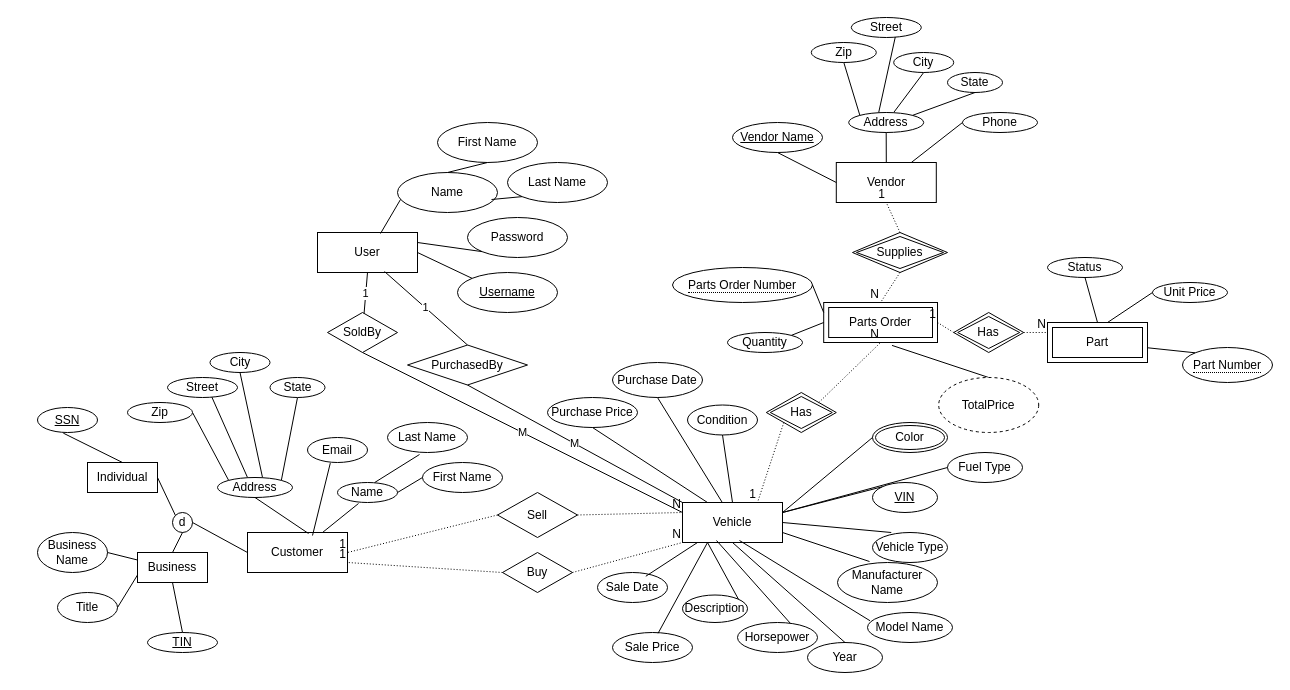
Earlier version of the draw.io diagram Phase_1/team006_p1_eer.drawio (rkang427/autodb). Source tidied: cells renumbered, new cells numbered last; positions are measured from the earlier drawing's top-left corner, leaving out a move shared by most shapes. Both pictures are drawn from the tidied source at 100%, with x=0, y=0 at pixel (37, 17).
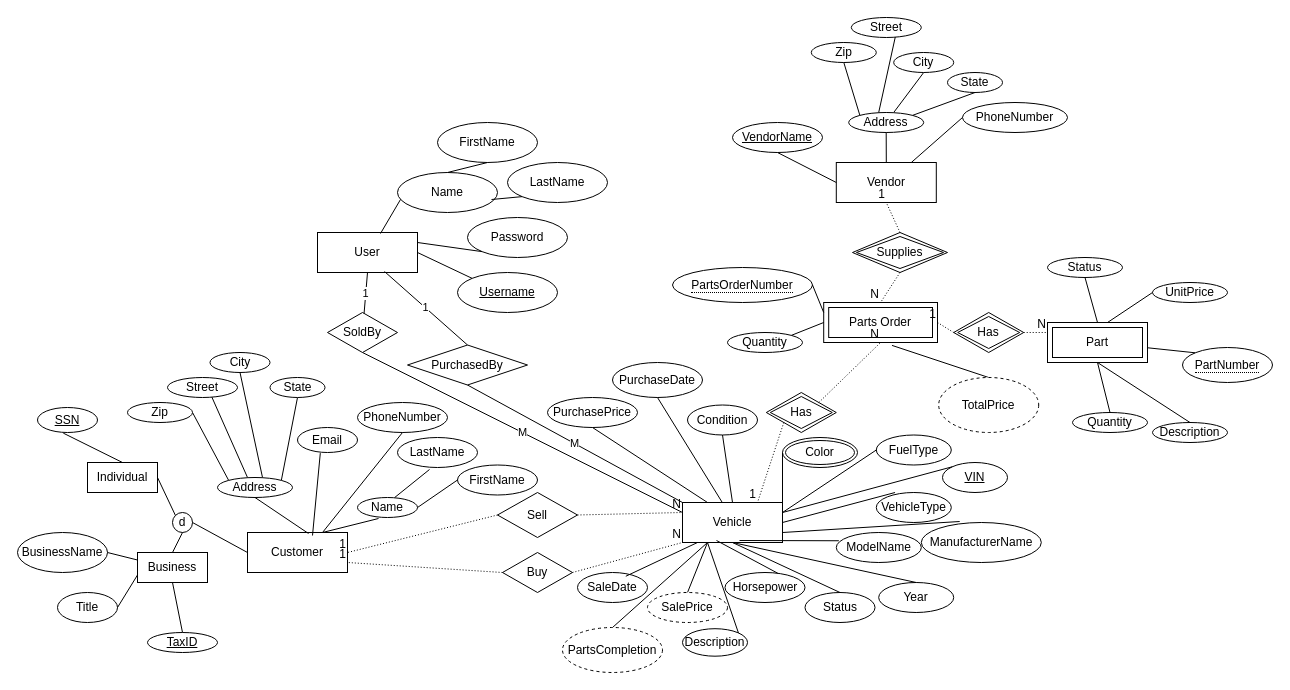
After the change.

The change refers to these unchanged cells:
```xml
<mxCell id="2" style="group;" parent="1" vertex="1">
  <mxGeometry x="280" y="105" width="290" height="190" as="geometry" />
</mxCell>
<mxCell id="14" value="Customer" style="whiteSpace=wrap;html=1;align=center;" parent="1" vertex="1">
  <mxGeometry x="210" y="515" width="100" height="40" as="geometry" />
</mxCell>
<mxCell id="67" value="Vehicle" style="whiteSpace=wrap;html=1;align=center;" parent="1" vertex="1">
  <mxGeometry x="645" y="485" width="100" height="40" as="geometry" />
</mxCell>
<mxCell id="89" value="Part" style="shape=ext;margin=3;double=1;whiteSpace=wrap;html=1;align=center;" parent="1" vertex="1">
  <mxGeometry x="1010" y="305" width="100" height="40" as="geometry" />
</mxCell>
```

Change to the diagram source:
```diff
@@
-    <mxCell id="9" value="First Name" style="ellipse;whiteSpace=wrap;html=1;align=center;" parent="2" vertex="1">
+    <mxCell id="9" value="FirstName" style="ellipse;whiteSpace=wrap;html=1;align=center;" parent="2" vertex="1">
       <mxGeometry x="120" width="100" height="40" as="geometry" />
     </mxCell>
-    <mxCell id="10" value="Last Name" style="ellipse;whiteSpace=wrap;html=1;align=center;" parent="2" vertex="1">
+    <mxCell id="10" value="LastName" style="ellipse;whiteSpace=wrap;html=1;align=center;" parent="2" vertex="1">
       <mxGeometry x="190" y="40" width="100" height="40" as="geometry" />
     </mxCell>
@@
     <mxCell id="18" value="Email" style="ellipse;whiteSpace=wrap;html=1;align=center;" parent="1" vertex="1">
-      <mxGeometry x="270" y="420" width="60" height="25" as="geometry" />
+      <mxGeometry x="260" y="410" width="60" height="25" as="geometry" />
     </mxCell>
@@
     <mxCell id="20" value="Name" style="ellipse;whiteSpace=wrap;html=1;align=center;" parent="1" vertex="1">
-      <mxGeometry x="300" y="465" width="60" height="20" as="geometry" />
+      <mxGeometry x="320" y="480" width="60" height="20" as="geometry" />
     </mxCell>
-    <mxCell id="21" value="First Name" style="ellipse;whiteSpace=wrap;html=1;align=center;" parent="1" vertex="1">
-      <mxGeometry x="385" y="445" width="80" height="30" as="geometry" />
+    <mxCell id="21" value="FirstName" style="ellipse;whiteSpace=wrap;html=1;align=center;" parent="1" vertex="1">
+      <mxGeometry x="420" y="447.5" width="80" height="30" as="geometry" />
     </mxCell>
-    <mxCell id="22" value="Last Name" style="ellipse;whiteSpace=wrap;html=1;align=center;" parent="1" vertex="1">
-      <mxGeometry x="350" y="405" width="80" height="30" as="geometry" />
+    <mxCell id="22" value="LastName" style="ellipse;whiteSpace=wrap;html=1;align=center;" parent="1" vertex="1">
+      <mxGeometry x="360" y="420" width="80" height="30" as="geometry" />
     </mxCell>
@@
-    <mxCell id="27" value="TIN" style="ellipse;whiteSpace=wrap;html=1;align=center;fontStyle=4;" parent="1" vertex="1">
+    <mxCell id="27" value="TaxID" style="ellipse;whiteSpace=wrap;html=1;align=center;fontStyle=4;" parent="1" vertex="1">
       <mxGeometry x="110" y="615" width="70" height="20" as="geometry" />
     </mxCell>
@@
-    <mxCell id="30" value="Business Name" style="ellipse;whiteSpace=wrap;html=1;align=center;" parent="1" vertex="1">
-      <mxGeometry y="515" width="70" height="40" as="geometry" />
+    <mxCell id="30" value="BusinessName" style="ellipse;whiteSpace=wrap;html=1;align=center;" parent="1" vertex="1">
+      <mxGeometry x="-20" y="515" width="90" height="40" as="geometry" />
     </mxCell>
@@
-    <mxCell id="44" value="Purchase Price" style="ellipse;whiteSpace=wrap;html=1;align=center;" parent="1" vertex="1">
+    <mxCell id="44" value="PurchasePrice" style="ellipse;whiteSpace=wrap;html=1;align=center;" parent="1" vertex="1">
       <mxGeometry x="510" y="380" width="90" height="30" as="geometry" />
     </mxCell>
@@
-    <mxCell id="48" value="Purchase Date" style="ellipse;whiteSpace=wrap;html=1;align=center;" parent="1" vertex="1">
+    <mxCell id="48" value="PurchaseDate" style="ellipse;whiteSpace=wrap;html=1;align=center;" parent="1" vertex="1">
       <mxGeometry x="575" y="345" width="90" height="35" as="geometry" />
     </mxCell>
@@
-    <mxCell id="54" value="Sale Date" style="ellipse;whiteSpace=wrap;html=1;align=center;" parent="1" vertex="1">
-      <mxGeometry x="560" y="555" width="70" height="30" as="geometry" />
+    <mxCell id="54" value="SaleDate" style="ellipse;whiteSpace=wrap;html=1;align=center;" parent="1" vertex="1">
+      <mxGeometry x="540" y="555" width="70" height="30" as="geometry" />
     </mxCell>
@@
     <mxCell id="68" value="VIN" style="ellipse;whiteSpace=wrap;html=1;align=center;fontStyle=4;" parent="1" vertex="1">
-      <mxGeometry x="835" y="465" width="65" height="30" as="geometry" />
+      <mxGeometry x="905" y="445" width="65" height="30" as="geometry" />
     </mxCell>
-    <mxCell id="69" value="Vehicle Type" style="ellipse;whiteSpace=wrap;html=1;align=center;" parent="1" vertex="1">
-      <mxGeometry x="835" y="515" width="75" height="30" as="geometry" />
+    <mxCell id="69" value="VehicleType" style="ellipse;whiteSpace=wrap;html=1;align=center;" parent="1" vertex="1">
+      <mxGeometry x="838.8" y="475" width="75" height="30" as="geometry" />
     </mxCell>
-    <mxCell id="70" value="Manufacturer Name" style="ellipse;whiteSpace=wrap;html=1;align=center;" parent="1" vertex="1">
-      <mxGeometry x="800" y="545" width="100" height="40" as="geometry" />
+    <mxCell id="70" value="ManufacturerName" style="ellipse;whiteSpace=wrap;html=1;align=center;" parent="1" vertex="1">
+      <mxGeometry x="883.8" y="505" width="120" height="40" as="geometry" />
     </mxCell>
-    <mxCell id="71" value="Fuel Type" style="ellipse;whiteSpace=wrap;html=1;align=center;" parent="1" vertex="1">
-      <mxGeometry x="910" y="435" width="75" height="30" as="geometry" />
+    <mxCell id="71" value="FuelType" style="ellipse;whiteSpace=wrap;html=1;align=center;" parent="1" vertex="1">
+      <mxGeometry x="838.8" y="417.5" width="75" height="30" as="geometry" />
     </mxCell>
-    <mxCell id="72" value="Model Name" style="ellipse;whiteSpace=wrap;html=1;align=center;" parent="1" vertex="1">
-      <mxGeometry x="830" y="595" width="85" height="30" as="geometry" />
+    <mxCell id="72" value="ModelName" style="ellipse;whiteSpace=wrap;html=1;align=center;" parent="1" vertex="1">
+      <mxGeometry x="798.8" y="515" width="85" height="30" as="geometry" />
     </mxCell>
     <mxCell id="73" value="Year" style="ellipse;whiteSpace=wrap;html=1;align=center;" parent="1" vertex="1">
-      <mxGeometry x="770" y="625" width="75" height="30" as="geometry" />
+      <mxGeometry x="841.2" y="565" width="75" height="30" as="geometry" />
     </mxCell>
     <mxCell id="74" value="Color" style="ellipse;shape=doubleEllipse;margin=3;whiteSpace=wrap;html=1;align=center;" parent="1" vertex="1">
-      <mxGeometry x="835" y="405" width="75" height="30" as="geometry" />
+      <mxGeometry x="745" y="420" width="75" height="30" as="geometry" />
     </mxCell>
@@
     <mxCell id="81" value="Horsepower" style="ellipse;whiteSpace=wrap;html=1;align=center;" parent="1" vertex="1">
-      <mxGeometry x="700" y="605" width="80" height="30" as="geometry" />
+      <mxGeometry x="687.5" y="555" width="80" height="30" as="geometry" />
     </mxCell>
@@
     <mxCell id="83" value="Description" style="ellipse;whiteSpace=wrap;html=1;align=center;" parent="1" vertex="1">
-      <mxGeometry x="645" y="577.5" width="65" height="27.5" as="geometry" />
+      <mxGeometry x="645" y="611.2" width="65" height="27.5" as="geometry" />
     </mxCell>
@@
-    <mxCell id="86" value="Sale Price" style="ellipse;whiteSpace=wrap;html=1;align=center;" parent="1" vertex="1">
-      <mxGeometry x="575" y="615" width="80" height="30" as="geometry" />
-    </mxCell>
-    <mxCell id="87" style="endArrow=none;html=1;rounded=0;exitX=0.25;exitY=1;exitDx=0;exitDy=0;entryX=0.57;entryY=0.025;entryDx=0;entryDy=0;entryPerimeter=0;" parent="1" edge="1" source="67" target="86">
+    <mxCell id="87" style="endArrow=none;html=1;rounded=0;exitX=0.25;exitY=1;exitDx=0;exitDy=0;entryX=0.5;entryY=0;entryDx=0;entryDy=0;" parent="1" edge="1" source="67" target="139">
       <mxGeometry relative="1" as="geometry" />
     </mxCell>
@@
-    <mxCell id="94" value="Vendor Name" style="ellipse;whiteSpace=wrap;html=1;align=center;fontStyle=4;" parent="1" vertex="1">
+    <mxCell id="94" value="VendorName" style="ellipse;whiteSpace=wrap;html=1;align=center;fontStyle=4;" parent="1" vertex="1">
       <mxGeometry x="695" y="105" width="90" height="30" as="geometry" />
     </mxCell>
@@
-    <mxCell id="104" value="Phone" style="ellipse;whiteSpace=wrap;html=1;align=center;" parent="1" vertex="1">
-      <mxGeometry x="925" y="95" width="75" height="20" as="geometry" />
+    <mxCell id="104" value="PhoneNumber" style="ellipse;whiteSpace=wrap;html=1;align=center;" parent="1" vertex="1">
+      <mxGeometry x="925" y="85" width="105" height="30" as="geometry" />
     </mxCell>
@@
-    <mxCell id="106" value="Unit Price" style="ellipse;whiteSpace=wrap;html=1;align=center;" parent="1" vertex="1">
+    <mxCell id="106" value="UnitPrice" style="ellipse;whiteSpace=wrap;html=1;align=center;" parent="1" vertex="1">
       <mxGeometry x="1115" y="265" width="75" height="20" as="geometry" />
     </mxCell>
-    <mxCell id="107" value="&lt;span style=&quot;border-bottom: 1px dotted&quot;&gt;Part Number&lt;/span&gt;" style="ellipse;whiteSpace=wrap;html=1;align=center;" parent="1" vertex="1">
+    <mxCell id="107" value="&lt;span style=&quot;border-bottom: 1px dotted&quot;&gt;PartNumber&lt;/span&gt;" style="ellipse;whiteSpace=wrap;html=1;align=center;" parent="1" vertex="1">
       <mxGeometry x="1145" y="330" width="90" height="35" as="geometry" />
     </mxCell>
-    <mxCell id="108" value="&lt;span style=&quot;border-bottom: 1px dotted&quot;&gt;Parts Order Number&lt;/span&gt;" style="ellipse;whiteSpace=wrap;html=1;align=center;" parent="1" vertex="1">
+    <mxCell id="108" value="&lt;span style=&quot;border-bottom: 1px dotted&quot;&gt;PartsOrderNumber&lt;/span&gt;" style="ellipse;whiteSpace=wrap;html=1;align=center;" parent="1" vertex="1">
       <mxGeometry x="635" y="250" width="140" height="35" as="geometry" />
     </mxCell>
@@
+    <mxCell id="137" style="endArrow=none;html=1;rounded=0;entryX=0.25;entryY=1;entryDx=0;entryDy=0;exitX=0.5;exitY=0;exitDx=0;exitDy=0;" parent="1" edge="1" source="138" target="67">
+      <mxGeometry relative="1" as="geometry" />
+    </mxCell>
+    <mxCell id="138" value="PartsCompletion" style="ellipse;whiteSpace=wrap;html=1;align=center;dashed=1;" parent="1" vertex="1">
+      <mxGeometry x="525" y="610" width="100" height="45" as="geometry" />
+    </mxCell>
+    <mxCell id="139" value="SalePrice" style="ellipse;whiteSpace=wrap;html=1;align=center;dashed=1;" parent="1" vertex="1">
+      <mxGeometry x="610" y="575" width="80" height="30" as="geometry" />
+    </mxCell>
+    <mxCell id="140" value="Status" style="ellipse;whiteSpace=wrap;html=1;align=center;" parent="1" vertex="1">
+      <mxGeometry x="767.5" y="575" width="70" height="30" as="geometry" />
+    </mxCell>
+    <mxCell id="141" style="endArrow=none;html=1;rounded=0;exitX=0.5;exitY=0;exitDx=0;exitDy=0;entryX=0.5;entryY=1;entryDx=0;entryDy=0;" parent="1" edge="1" source="140" target="67">
+      <mxGeometry relative="1" as="geometry" />
+    </mxCell>
+    <mxCell id="142" value="PhoneNumber" style="ellipse;whiteSpace=wrap;html=1;align=center;" parent="1" vertex="1">
+      <mxGeometry x="320" y="385" width="90" height="30" as="geometry" />
+    </mxCell>
+    <mxCell id="143" style="endArrow=none;html=1;rounded=0;entryX=0.5;entryY=1;entryDx=0;entryDy=0;exitX=0.75;exitY=0;exitDx=0;exitDy=0;" parent="1" edge="1" source="14" target="142">
+      <mxGeometry relative="1" as="geometry" />
+    </mxCell>
+    <mxCell id="144" style="edgeStyle=orthogonalEdgeStyle;rounded=0;orthogonalLoop=1;jettySize=auto;html=1;exitX=0.5;exitY=1;exitDx=0;exitDy=0;" parent="1" edge="1" source="21" target="21">
+      <mxGeometry relative="1" as="geometry" />
+    </mxCell>
+    <mxCell id="145" value="Description" style="ellipse;whiteSpace=wrap;html=1;align=center;" parent="1" vertex="1">
+      <mxGeometry x="1115" y="405" width="75" height="20" as="geometry" />
+    </mxCell>
+    <mxCell id="146" value="Quantity" style="ellipse;whiteSpace=wrap;html=1;align=center;" parent="1" vertex="1">
+      <mxGeometry x="1035" y="395" width="75" height="20" as="geometry" />
+    </mxCell>
+    <mxCell id="147" style="endArrow=none;html=1;rounded=0;entryX=0.5;entryY=1;entryDx=0;entryDy=0;exitX=0.5;exitY=0;exitDx=0;exitDy=0;" parent="1" edge="1" source="146" target="89">
+      <mxGeometry relative="1" as="geometry" />
+    </mxCell>
+    <mxCell id="148" style="endArrow=none;html=1;rounded=0;entryX=0.5;entryY=1;entryDx=0;entryDy=0;exitX=0.5;exitY=0;exitDx=0;exitDy=0;" parent="1" edge="1" source="145" target="89">
+      <mxGeometry relative="1" as="geometry" />
+    </mxCell>
```
